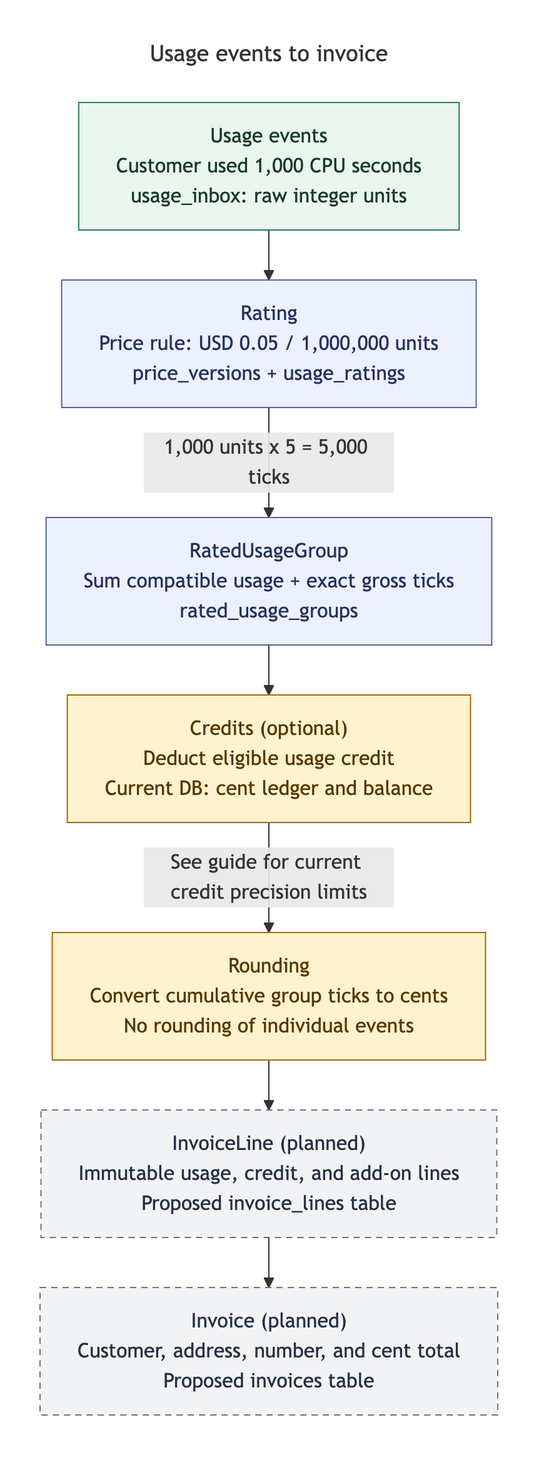
This is docs/diagrams/usage-to-invoice/usage-to-invoice.png from pupitooo/e2b-billing-api, a Mermaid export, as it was before one commit. Its source is kept beside it as docs/diagrams/usage-to-invoice/usage-to-invoice.mmd. Source of this version:
```mermaid
---
title: Usage events to invoice
config:
  layout: dagre
  flowchart:
    wrappingWidth: 340
    nodeSpacing: 35
    rankSpacing: 40
    useMaxWidth: false
---
flowchart TB
    events["Usage events<br/>Customer used 1,000 CPU seconds<br/>usage_inbox: raw integer units"]
    rating["Rating<br/>Price rule: USD 0.05 / 1,000,000 units<br/>price_versions + usage_ratings"]
    group["RatedUsageGroup<br/>Sum compatible usage + exact gross ticks<br/>rated_usage_groups"]
    credits["Credits (optional)<br/>Deduct eligible usage credit<br/>Current DB: cent ledger and balance"]
    rounding["Rounding<br/>Convert cumulative group ticks to cents<br/>No rounding of individual events"]
    line["InvoiceLine (planned)<br/>Immutable usage, credit, and add-on lines<br/>Proposed invoice_lines table"]
    invoice["Invoice (planned)<br/>Customer, address, number, and cent total<br/>Proposed invoices table"]

    events --> rating
    rating -->|"1,000 units x 5 = 5,000 ticks"| group
    group --> credits
    credits -->|"See guide for current credit precision limits"| rounding
    rounding --> line
    line --> invoice

    classDef input fill:#e9f7ee,stroke:#287d4e,color:#173b28;
    classDef accounting fill:#edf0ff,stroke:#56649c,color:#24335c;
    classDef precision fill:#fff2cf,stroke:#a56800,color:#543800;
    classDef planned fill:#f2f3f5,stroke:#6b7280,color:#253044,stroke-dasharray:5 4;
    class events input;
    class rating,group accounting;
    class credits,rounding precision;
    class line,invoice planned;
```
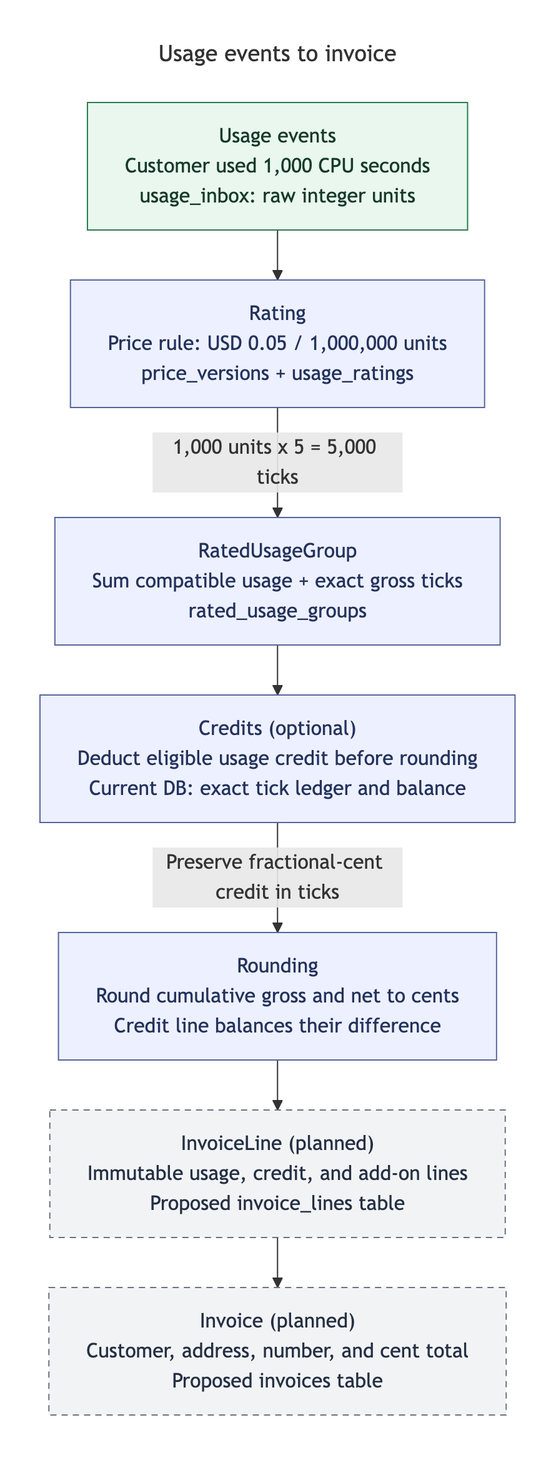
After the change.

What changed in the source:
```diff
@@ -12,23 +12,21 @@
     events["Usage events<br/>Customer used 1,000 CPU seconds<br/>usage_inbox: raw integer units"]
     rating["Rating<br/>Price rule: USD 0.05 / 1,000,000 units<br/>price_versions + usage_ratings"]
     group["RatedUsageGroup<br/>Sum compatible usage + exact gross ticks<br/>rated_usage_groups"]
-    credits["Credits (optional)<br/>Deduct eligible usage credit<br/>Current DB: cent ledger and balance"]
-    rounding["Rounding<br/>Convert cumulative group ticks to cents<br/>No rounding of individual events"]
+    credits["Credits (optional)<br/>Deduct eligible usage credit before rounding<br/>Current DB: exact tick ledger and balance"]
+    rounding["Rounding<br/>Round cumulative gross and net to cents<br/>Credit line balances their difference"]
     line["InvoiceLine (planned)<br/>Immutable usage, credit, and add-on lines<br/>Proposed invoice_lines table"]
     invoice["Invoice (planned)<br/>Customer, address, number, and cent total<br/>Proposed invoices table"]
 
     events --> rating
     rating -->|"1,000 units x 5 = 5,000 ticks"| group
     group --> credits
-    credits -->|"See guide for current credit precision limits"| rounding
+    credits -->|"Preserve fractional-cent credit in ticks"| rounding
     rounding --> line
     line --> invoice
 
     classDef input fill:#e9f7ee,stroke:#287d4e,color:#173b28;
     classDef accounting fill:#edf0ff,stroke:#56649c,color:#24335c;
-    classDef precision fill:#fff2cf,stroke:#a56800,color:#543800;
     classDef planned fill:#f2f3f5,stroke:#6b7280,color:#253044,stroke-dasharray:5 4;
     class events input;
-    class rating,group accounting;
-    class credits,rounding precision;
+    class rating,group,credits,rounding accounting;
     class line,invoice planned;
```
